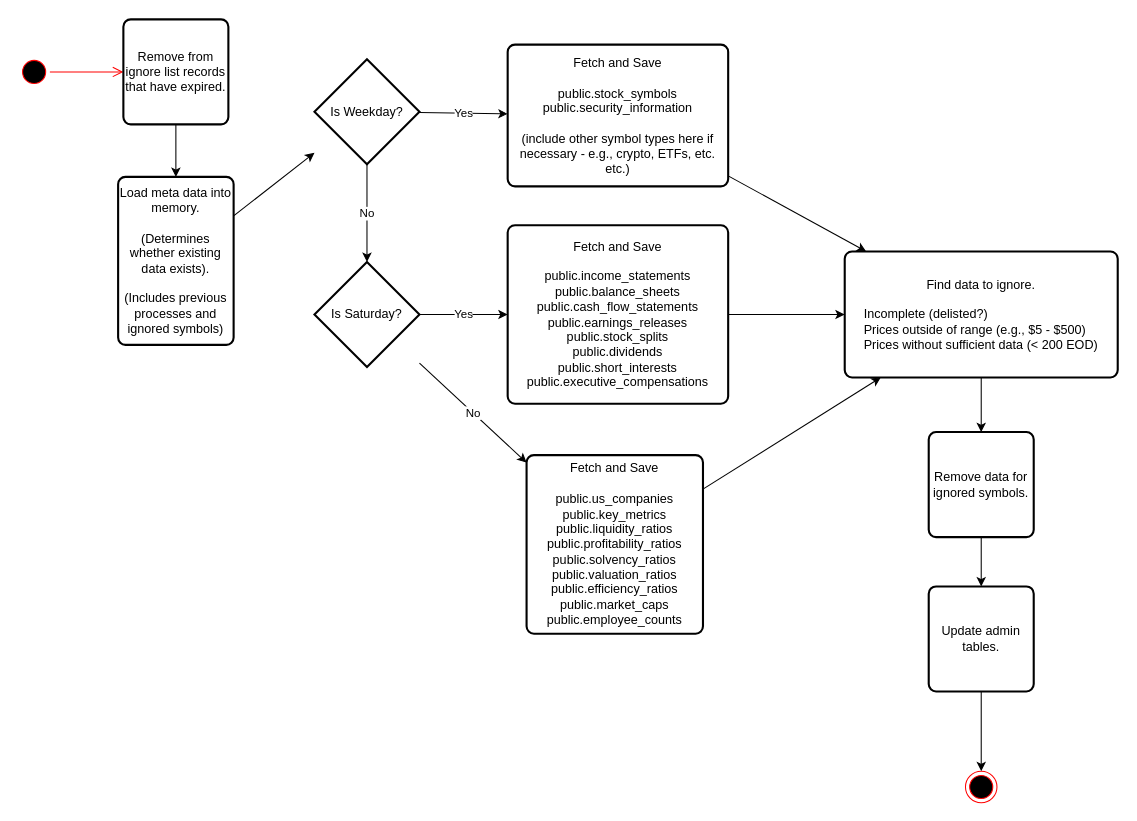
Above: page "Import Flow" (2 of 2) of docs/gimzo.drawio in gh-summervik/gimzo (draw.io), before the change. Source tidied: cells renumbered, new cells numbered last; positions are measured from the earlier drawing's top-left corner, leaving out a move shared by most shapes. Both pictures are drawn from the tidied source at 105%, with x=0, y=0 at pixel (18, 19).
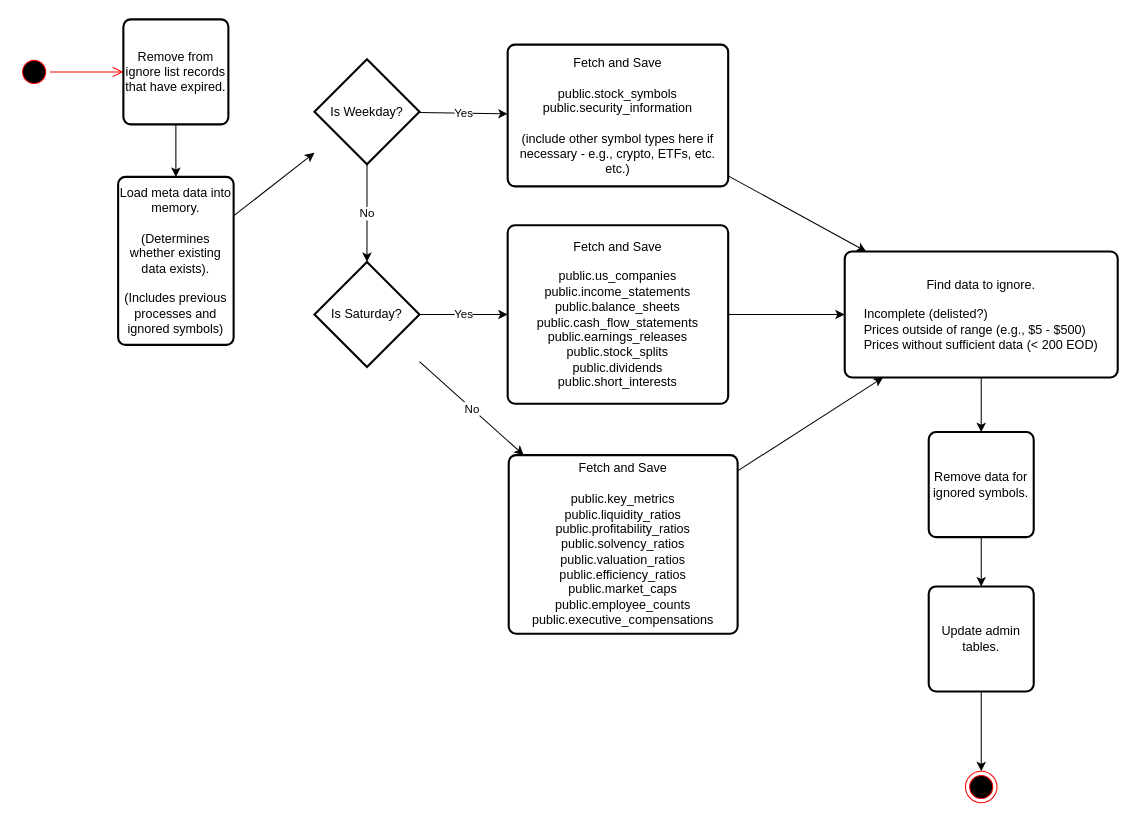
After the change.

The edit, as a diff of the source:
```diff
@@
-    <mxCell id="17" value="&lt;div style=&quot;&quot;&gt;Fetch and Save&lt;/div&gt;&lt;div&gt;&lt;br&gt;&lt;/div&gt;&lt;div&gt;public.income_statements&lt;/div&gt;&lt;div&gt;public.balance_sheets&lt;/div&gt;&lt;div&gt;public.cash_flow_statements&lt;/div&gt;&lt;div&gt;public.earnings_releases&lt;/div&gt;&lt;div&gt;public.stock_splits&lt;/div&gt;&lt;div&gt;public.dividends&lt;/div&gt;&lt;div&gt;public.short_interests&lt;/div&gt;&lt;div&gt;public.executive_compensations&lt;/div&gt;" style="rounded=1;whiteSpace=wrap;html=1;absoluteArcSize=1;arcSize=14;strokeWidth=2;align=center;" parent="1" vertex="1">
+    <mxCell id="17" value="&lt;div style=&quot;&quot;&gt;Fetch and Save&lt;/div&gt;&lt;div&gt;&lt;br&gt;&lt;/div&gt;&lt;div&gt;&lt;span style=&quot;background-color: transparent; color: light-dark(rgb(0, 0, 0), rgb(255, 255, 255));&quot;&gt;public.us_companies&lt;/span&gt;&lt;/div&gt;&lt;div&gt;public.income_statements&lt;/div&gt;&lt;div&gt;public.balance_sheets&lt;/div&gt;&lt;div&gt;public.cash_flow_statements&lt;/div&gt;&lt;div&gt;public.earnings_releases&lt;/div&gt;&lt;div&gt;public.stock_splits&lt;/div&gt;&lt;div&gt;public.dividends&lt;/div&gt;&lt;div&gt;public.short_interests&lt;/div&gt;" style="rounded=1;whiteSpace=wrap;html=1;absoluteArcSize=1;arcSize=14;strokeWidth=2;align=center;" parent="1" vertex="1">
       <mxGeometry x="466" y="196" width="210" height="170" as="geometry" />
     </mxCell>
@@
-    <mxCell id="19" value="&lt;div style=&quot;&quot;&gt;Fetch and Save&lt;/div&gt;&lt;div&gt;&lt;br&gt;&lt;/div&gt;&lt;div&gt;&lt;div&gt;public.us_companies&lt;/div&gt;&lt;div&gt;public.key_metrics&lt;/div&gt;&lt;div&gt;public.liquidity_ratios&lt;/div&gt;&lt;div&gt;public.profitability_ratios&lt;/div&gt;&lt;div&gt;public.solvency_ratios&lt;/div&gt;&lt;div&gt;public.valuation_ratios&lt;/div&gt;&lt;div&gt;public.efficiency_ratios&lt;/div&gt;&lt;div&gt;public.market_caps&lt;/div&gt;&lt;div&gt;public.employee_counts&lt;/div&gt;&lt;/div&gt;" style="rounded=1;whiteSpace=wrap;html=1;absoluteArcSize=1;arcSize=14;strokeWidth=2;align=center;" parent="1" vertex="1">
-      <mxGeometry x="484" y="415" width="168" height="170" as="geometry" />
+    <mxCell id="19" value="&lt;div style=&quot;&quot;&gt;Fetch and Save&lt;/div&gt;&lt;div&gt;&lt;br&gt;&lt;/div&gt;&lt;div&gt;&lt;div&gt;public.key_metrics&lt;/div&gt;&lt;div&gt;public.liquidity_ratios&lt;/div&gt;&lt;div&gt;public.profitability_ratios&lt;/div&gt;&lt;div&gt;public.solvency_ratios&lt;/div&gt;&lt;div&gt;public.valuation_ratios&lt;/div&gt;&lt;div&gt;public.efficiency_ratios&lt;/div&gt;&lt;div&gt;public.market_caps&lt;/div&gt;&lt;div&gt;public.employee_counts&lt;/div&gt;&lt;/div&gt;&lt;div&gt;public.executive_compensations&lt;/div&gt;" style="rounded=1;whiteSpace=wrap;html=1;absoluteArcSize=1;arcSize=14;strokeWidth=2;align=center;" parent="1" vertex="1">
+      <mxGeometry x="467" y="415" width="218" height="170" as="geometry" />
     </mxCell>
```
